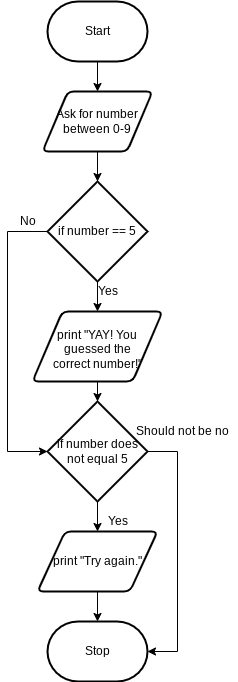
Before: .github/design/flowchart.png, a diagram exported from draw.io (Johanna-liu16/ICS3U-Unit-3-03-python). Source tidied: cells renumbered, new cells last; positions are measured from the earlier drawing's top-left corner, leaving out a move shared by most shapes. The source it was exported from:
```xml
<mxGraphModel>
  <root>
    <mxCell id="0" />
    <mxCell id="1" parent="0" />
    <mxCell id="2" style="edgeStyle=none;html=1;entryX=0.5;entryY=0;entryDx=0;entryDy=0;" parent="1" edge="1" source="3" target="6">
      <mxGeometry relative="1" as="geometry" />
    </mxCell>
    <mxCell id="3" value="Start" style="strokeWidth=2;html=1;shape=mxgraph.flowchart.terminator;whiteSpace=wrap;" parent="1" vertex="1">
      <mxGeometry x="40" width="100" height="60" as="geometry" />
    </mxCell>
    <mxCell id="4" value="Stop" style="strokeWidth=2;html=1;shape=mxgraph.flowchart.terminator;whiteSpace=wrap;" parent="1" vertex="1">
      <mxGeometry x="40" y="620" width="100" height="60" as="geometry" />
    </mxCell>
    <mxCell id="5" style="edgeStyle=none;html=1;entryX=0.5;entryY=0;entryDx=0;entryDy=0;entryPerimeter=0;" parent="1" edge="1" source="6" target="9">
      <mxGeometry relative="1" as="geometry" />
    </mxCell>
    <mxCell id="6" value="Ask for number between 0-9" style="shape=parallelogram;html=1;strokeWidth=2;perimeter=parallelogramPerimeter;whiteSpace=wrap;rounded=1;arcSize=12;size=0.23;" parent="1" vertex="1">
      <mxGeometry x="35" y="90" width="110" height="60" as="geometry" />
    </mxCell>
    <mxCell id="7" style="edgeStyle=none;html=1;" parent="1" edge="1" source="9" target="14">
      <mxGeometry relative="1" as="geometry" />
    </mxCell>
    <mxCell id="8" style="edgeStyle=none;html=1;entryX=0;entryY=0.5;entryDx=0;entryDy=0;entryPerimeter=0;rounded=0;exitX=0;exitY=0.5;exitDx=0;exitDy=0;exitPerimeter=0;" parent="1" edge="1" source="9" target="12">
      <mxGeometry relative="1" as="geometry">
        <Array as="points">
          <mxPoint y="230" />
          <mxPoint y="450" />
        </Array>
      </mxGeometry>
    </mxCell>
    <mxCell id="9" value="if number == 5" style="strokeWidth=2;html=1;shape=mxgraph.flowchart.decision;whiteSpace=wrap;" parent="1" vertex="1">
      <mxGeometry x="40" y="180" width="100" height="100" as="geometry" />
    </mxCell>
    <mxCell id="10" style="edgeStyle=none;rounded=0;html=1;entryX=0.5;entryY=0;entryDx=0;entryDy=0;" parent="1" edge="1" source="12" target="16">
      <mxGeometry relative="1" as="geometry" />
    </mxCell>
    <mxCell id="11" style="edgeStyle=none;rounded=0;html=1;entryX=1;entryY=0.5;entryDx=0;entryDy=0;entryPerimeter=0;" parent="1" edge="1" source="12" target="4">
      <mxGeometry relative="1" as="geometry">
        <Array as="points">
          <mxPoint x="170" y="450" />
          <mxPoint x="170" y="650" />
        </Array>
      </mxGeometry>
    </mxCell>
    <mxCell id="12" value="if number does not equal 5" style="strokeWidth=2;html=1;shape=mxgraph.flowchart.decision;whiteSpace=wrap;" parent="1" vertex="1">
      <mxGeometry x="40" y="400" width="100" height="100" as="geometry" />
    </mxCell>
    <mxCell id="13" style="edgeStyle=none;rounded=0;html=1;" parent="1" edge="1" source="14" target="12">
      <mxGeometry relative="1" as="geometry" />
    </mxCell>
    <mxCell id="14" value="print &quot;YAY! You guessed the &lt;br&gt;correct number!&quot;" style="shape=parallelogram;html=1;strokeWidth=2;perimeter=parallelogramPerimeter;whiteSpace=wrap;rounded=1;arcSize=12;size=0.23;spacingLeft=0;spacingBottom=-5;" parent="1" vertex="1">
      <mxGeometry x="25" y="310" width="130" height="70" as="geometry" />
    </mxCell>
    <mxCell id="15" style="edgeStyle=none;rounded=0;html=1;entryX=0.5;entryY=0;entryDx=0;entryDy=0;entryPerimeter=0;" parent="1" edge="1" source="16" target="4">
      <mxGeometry relative="1" as="geometry" />
    </mxCell>
    <mxCell id="16" value="print &quot;Try again.&quot;" style="shape=parallelogram;html=1;strokeWidth=2;perimeter=parallelogramPerimeter;whiteSpace=wrap;rounded=1;arcSize=12;size=0.23;" parent="1" vertex="1">
      <mxGeometry x="30" y="530" width="120" height="60" as="geometry" />
    </mxCell>
    <mxCell id="17" value="No" style="text;html=1;align=center;verticalAlign=middle;strokeColor=none;fillColor=none;" parent="1" vertex="1">
      <mxGeometry x="5" y="210" width="30" height="20" as="geometry" />
    </mxCell>
    <mxCell id="18" value="Yes" style="text;html=1;align=center;verticalAlign=middle;strokeColor=none;fillColor=none;" parent="1" vertex="1">
      <mxGeometry x="80" y="280" width="40" height="20" as="geometry" />
    </mxCell>
    <mxCell id="19" value="Yes" style="text;html=1;align=center;verticalAlign=middle;strokeColor=none;fillColor=none;" parent="1" vertex="1">
      <mxGeometry x="90" y="510" width="40" height="20" as="geometry" />
    </mxCell>
    <mxCell id="20" value="Should not be no" style="text;html=1;align=center;verticalAlign=middle;strokeColor=none;fillColor=none;" parent="1" vertex="1">
      <mxGeometry x="120" y="420" width="110" height="20" as="geometry" />
    </mxCell>
  </root>
</mxGraphModel>
```
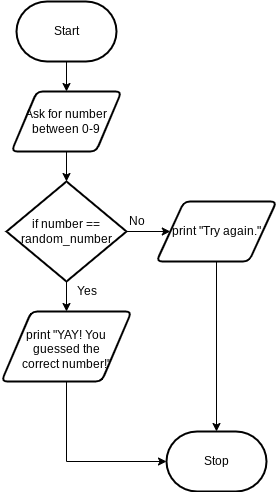
Later version of the same file.

Diff of the diagram source:
```diff
@@ -9,7 +9,7 @@
       <mxGeometry x="40" width="100" height="60" as="geometry" />
     </mxCell>
     <mxCell id="4" value="Stop" style="strokeWidth=2;html=1;shape=mxgraph.flowchart.terminator;whiteSpace=wrap;" parent="1" vertex="1">
-      <mxGeometry x="40" y="620" width="100" height="60" as="geometry" />
+      <mxGeometry x="190" y="430" width="100" height="60" as="geometry" />
     </mxCell>
     <mxCell id="5" style="edgeStyle=none;html=1;entryX=0.5;entryY=0;entryDx=0;entryDy=0;entryPerimeter=0;" parent="1" edge="1" source="6" target="9">
       <mxGeometry relative="1" as="geometry" />
@@ -20,34 +20,19 @@
     <mxCell id="7" style="edgeStyle=none;html=1;" parent="1" edge="1" source="9" target="14">
       <mxGeometry relative="1" as="geometry" />
     </mxCell>
-    <mxCell id="8" style="edgeStyle=none;html=1;entryX=0;entryY=0.5;entryDx=0;entryDy=0;entryPerimeter=0;rounded=0;exitX=0;exitY=0.5;exitDx=0;exitDy=0;exitPerimeter=0;" parent="1" edge="1" source="9" target="12">
-      <mxGeometry relative="1" as="geometry">
-        <Array as="points">
-          <mxPoint y="230" />
-          <mxPoint y="450" />
-        </Array>
-      </mxGeometry>
-    </mxCell>
+    <mxCell id="11" style="edgeStyle=none;html=1;entryX=0;entryY=0.5;entryDx=0;entryDy=0;" parent="1" edge="1" source="9" target="16">
+      <mxGeometry relative="1" as="geometry" />
+    </mxCell>
-    <mxCell id="9" value="if number == 5" style="strokeWidth=2;html=1;shape=mxgraph.flowchart.decision;whiteSpace=wrap;" parent="1" vertex="1">
-      <mxGeometry x="40" y="180" width="100" height="100" as="geometry" />
+    <mxCell id="9" value="if number == random_number" style="strokeWidth=2;html=1;shape=mxgraph.flowchart.decision;whiteSpace=wrap;" parent="1" vertex="1">
+      <mxGeometry x="30" y="180" width="120" height="100" as="geometry" />
     </mxCell>
-    <mxCell id="10" style="edgeStyle=none;rounded=0;html=1;entryX=0.5;entryY=0;entryDx=0;entryDy=0;" parent="1" edge="1" source="12" target="16">
-      <mxGeometry relative="1" as="geometry" />
-    </mxCell>
-    <mxCell id="11" style="edgeStyle=none;rounded=0;html=1;entryX=1;entryY=0.5;entryDx=0;entryDy=0;entryPerimeter=0;" parent="1" edge="1" source="12" target="4">
-      <mxGeometry relative="1" as="geometry">
-        <Array as="points">
-          <mxPoint x="170" y="450" />
-          <mxPoint x="170" y="650" />
-        </Array>
-      </mxGeometry>
-    </mxCell>
-    <mxCell id="12" value="if number does not equal 5" style="strokeWidth=2;html=1;shape=mxgraph.flowchart.decision;whiteSpace=wrap;" parent="1" vertex="1">
-      <mxGeometry x="40" y="400" width="100" height="100" as="geometry" />
-    </mxCell>
-    <mxCell id="13" style="edgeStyle=none;rounded=0;html=1;" parent="1" edge="1" source="14" target="12">
-      <mxGeometry relative="1" as="geometry" />
-    </mxCell>
+    <mxCell id="21" style="edgeStyle=none;html=1;entryX=0;entryY=0.5;entryDx=0;entryDy=0;entryPerimeter=0;rounded=0;" parent="1" edge="1" source="14" target="4">
+      <mxGeometry relative="1" as="geometry">
+        <Array as="points">
+          <mxPoint x="90" y="460" />
+        </Array>
+      </mxGeometry>
+    </mxCell>
     <mxCell id="14" value="print &quot;YAY! You guessed the &lt;br&gt;correct number!&quot;" style="shape=parallelogram;html=1;strokeWidth=2;perimeter=parallelogramPerimeter;whiteSpace=wrap;rounded=1;arcSize=12;size=0.23;spacingLeft=0;spacingBottom=-5;" parent="1" vertex="1">
       <mxGeometry x="25" y="310" width="130" height="70" as="geometry" />
     </mxCell>
@@ -55,19 +40,13 @@
       <mxGeometry relative="1" as="geometry" />
     </mxCell>
     <mxCell id="16" value="print &quot;Try again.&quot;" style="shape=parallelogram;html=1;strokeWidth=2;perimeter=parallelogramPerimeter;whiteSpace=wrap;rounded=1;arcSize=12;size=0.23;" parent="1" vertex="1">
-      <mxGeometry x="30" y="530" width="120" height="60" as="geometry" />
+      <mxGeometry x="180" y="200" width="120" height="60" as="geometry" />
     </mxCell>
     <mxCell id="17" value="No" style="text;html=1;align=center;verticalAlign=middle;strokeColor=none;fillColor=none;" parent="1" vertex="1">
-      <mxGeometry x="5" y="210" width="30" height="20" as="geometry" />
+      <mxGeometry x="145" y="210" width="30" height="20" as="geometry" />
     </mxCell>
     <mxCell id="18" value="Yes" style="text;html=1;align=center;verticalAlign=middle;strokeColor=none;fillColor=none;" parent="1" vertex="1">
-      <mxGeometry x="80" y="280" width="40" height="20" as="geometry" />
+      <mxGeometry x="90" y="280" width="40" height="20" as="geometry" />
     </mxCell>
-    <mxCell id="19" value="Yes" style="text;html=1;align=center;verticalAlign=middle;strokeColor=none;fillColor=none;" parent="1" vertex="1">
-      <mxGeometry x="90" y="510" width="40" height="20" as="geometry" />
-    </mxCell>
-    <mxCell id="20" value="Should not be no" style="text;html=1;align=center;verticalAlign=middle;strokeColor=none;fillColor=none;" parent="1" vertex="1">
-      <mxGeometry x="120" y="420" width="110" height="20" as="geometry" />
-    </mxCell>
   </root>
 </mxGraphModel>
```
